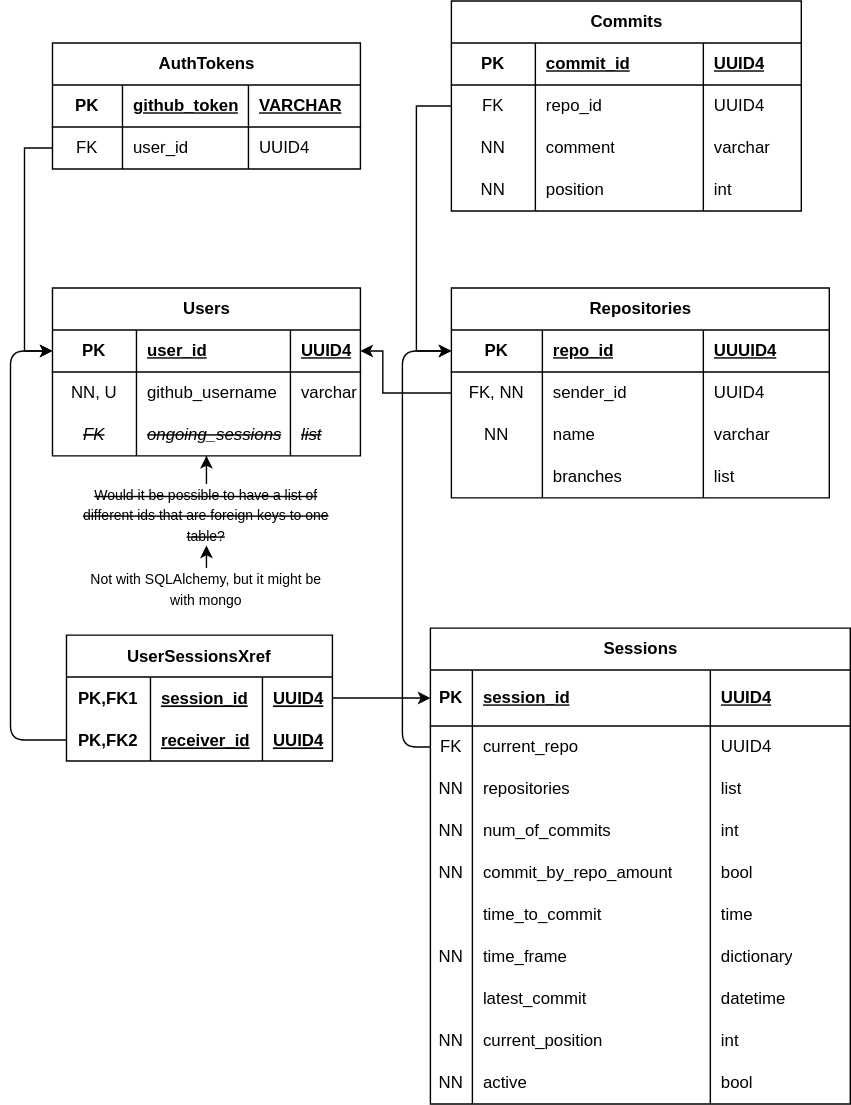
Above: git-nabber.drawio.svg in Jamesh431/Cyclone (draw.io), before the change. Source tidied: cells renumbered, new cells last; positions are measured from the earlier drawing's top-left corner, leaving out a move shared by most shapes.
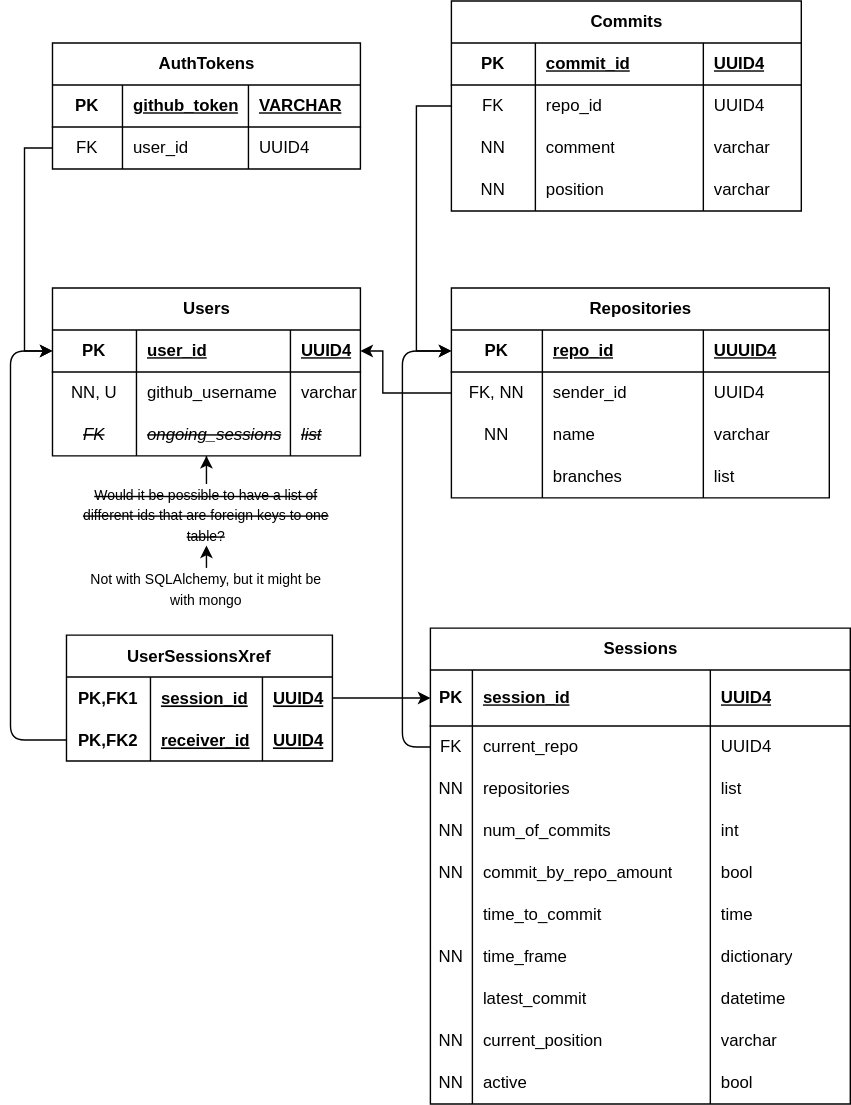
Above is the later version.

Commit message:
time to commit has been combined with time_frame"

What changed in the source:
```diff
@@ -170,7 +170,7 @@
     <mxCell id="57" value="position" style="shape=partialRectangle;fillColor=none;top=0;left=0;bottom=0;right=0;align=left;spacingLeft=6;overflow=hidden;whiteSpace=wrap;html=1;" parent="55" vertex="1">
       <mxGeometry x="60" width="120" height="30" as="geometry" />
     </mxCell>
-    <mxCell id="58" value="int" style="shape=partialRectangle;fillColor=none;top=0;left=0;bottom=0;right=0;align=left;spacingLeft=6;overflow=hidden;whiteSpace=wrap;html=1;" parent="55" vertex="1">
+    <mxCell id="58" value="varchar" style="shape=partialRectangle;fillColor=none;top=0;left=0;bottom=0;right=0;align=left;spacingLeft=6;overflow=hidden;whiteSpace=wrap;html=1;" parent="55" vertex="1">
       <mxGeometry x="180" width="70" height="30" as="geometry" />
     </mxCell>
     <mxCell id="59" value="Sessions" style="shape=table;startSize=30;rowLines=0;fontStyle=1;align=center;html=1;" parent="1" vertex="1">
@@ -281,7 +281,7 @@
     <mxCell id="94" value="current_position" style="shape=partialRectangle;fillColor=none;top=0;left=0;bottom=0;right=0;align=left;spacingLeft=6;overflow=hidden;whiteSpace=wrap;html=1;" parent="92" vertex="1">
       <mxGeometry x="30" width="170" height="30" as="geometry" />
     </mxCell>
-    <mxCell id="95" value="int" style="shape=partialRectangle;fillColor=none;top=0;left=0;bottom=0;right=0;align=left;spacingLeft=6;overflow=hidden;whiteSpace=wrap;html=1;" parent="92" vertex="1">
+    <mxCell id="95" value="varchar" style="shape=partialRectangle;fillColor=none;top=0;left=0;bottom=0;right=0;align=left;spacingLeft=6;overflow=hidden;whiteSpace=wrap;html=1;" parent="92" vertex="1">
       <mxGeometry x="200" width="100" height="30" as="geometry" />
     </mxCell>
     <mxCell id="96" style="shape=tableRow;horizontal=0;startSize=0;swimlaneHead=0;swimlaneBody=0;fillColor=none;top=0;left=0;right=0;bottom=0;" parent="59" vertex="1">
```
